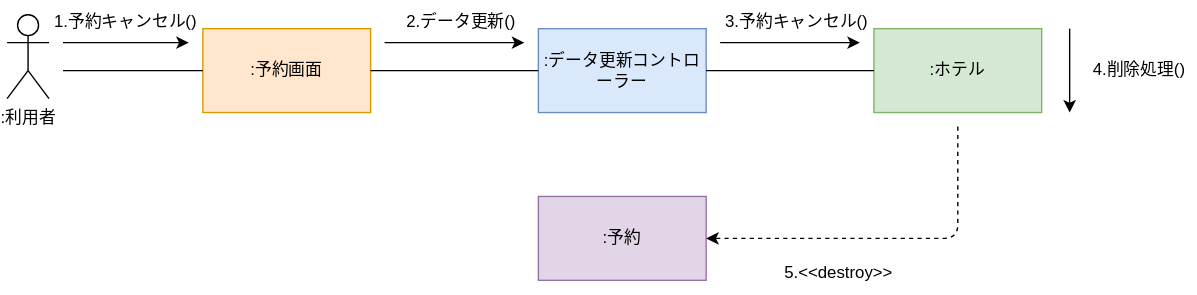
This is 演習５-2_CD_予約登録削除.drawio.svg from hatakeyama12/uml-intro, a draw.io export, as it was before one commit. Source tidied: cells renumbered, new cells last; positions are measured from the earlier drawing's top-left corner, leaving out a move shared by most shapes. Its diagram source:
```xml
<mxGraphModel>
  <root>
    <mxCell id="0" />
    <mxCell id="1" parent="0" />
    <mxCell id="2" value=":利用者" style="shape=umlActor;verticalLabelPosition=bottom;verticalAlign=top;html=1;" parent="1" vertex="1">
      <mxGeometry y="10" width="30" height="60" as="geometry" />
    </mxCell>
    <mxCell id="3" value=":予約画面" style="rounded=0;whiteSpace=wrap;html=1;fillColor=#ffe6cc;strokeColor=#d79b00;" parent="1" vertex="1">
      <mxGeometry x="140" y="20" width="120" height="60" as="geometry" />
    </mxCell>
    <mxCell id="4" value=":データ更新コントローラー" style="rounded=0;whiteSpace=wrap;html=1;fillColor=#dae8fc;strokeColor=#6c8ebf;" parent="1" vertex="1">
      <mxGeometry x="380" y="20" width="120" height="60" as="geometry" />
    </mxCell>
    <mxCell id="5" value=":予約" style="rounded=0;whiteSpace=wrap;html=1;fillColor=#e1d5e7;strokeColor=#9673a6;" parent="1" vertex="1">
      <mxGeometry x="380" y="140" width="120" height="60" as="geometry" />
    </mxCell>
    <mxCell id="6" value=":ホテル" style="rounded=0;whiteSpace=wrap;html=1;fillColor=#d5e8d4;strokeColor=#82b366;" parent="1" vertex="1">
      <mxGeometry x="620" y="20" width="120" height="60" as="geometry" />
    </mxCell>
    <mxCell id="7" style="endArrow=none;html=1;entryX=0;entryY=0.5;entryDx=0;entryDy=0;" parent="1" edge="1" target="3">
      <mxGeometry relative="1" as="geometry">
        <mxPoint x="40" y="50" as="sourcePoint" />
      </mxGeometry>
    </mxCell>
    <mxCell id="8" style="endArrow=none;html=1;exitX=1;exitY=0.5;exitDx=0;exitDy=0;entryX=0;entryY=0.5;entryDx=0;entryDy=0;" parent="1" edge="1" source="3" target="4">
      <mxGeometry relative="1" as="geometry" />
    </mxCell>
    <mxCell id="9" style="endArrow=classic;html=1;" parent="1" edge="1">
      <mxGeometry relative="1" as="geometry">
        <mxPoint x="40" y="30" as="sourcePoint" />
        <mxPoint x="130" y="30" as="targetPoint" />
      </mxGeometry>
    </mxCell>
    <mxCell id="10" value="1.予約キャンセル()" style="text;html=1;strokeColor=none;fillColor=none;align=center;verticalAlign=middle;whiteSpace=wrap;rounded=0;" parent="1" vertex="1">
      <mxGeometry x="30" width="110" height="30" as="geometry" />
    </mxCell>
    <mxCell id="11" style="endArrow=classic;html=1;" parent="1" edge="1">
      <mxGeometry relative="1" as="geometry">
        <mxPoint x="270" y="30" as="sourcePoint" />
        <mxPoint x="370" y="30" as="targetPoint" />
      </mxGeometry>
    </mxCell>
    <mxCell id="12" value="2.データ更新()" style="text;html=1;strokeColor=none;fillColor=none;align=center;verticalAlign=middle;whiteSpace=wrap;rounded=0;" parent="1" vertex="1">
      <mxGeometry x="280" width="90" height="30" as="geometry" />
    </mxCell>
    <mxCell id="13" style="endArrow=none;html=1;entryX=0;entryY=0.5;entryDx=0;entryDy=0;" parent="1" edge="1" target="6">
      <mxGeometry relative="1" as="geometry">
        <mxPoint x="500" y="50" as="sourcePoint" />
      </mxGeometry>
    </mxCell>
    <mxCell id="14" style="endArrow=classic;html=1;" parent="1" edge="1">
      <mxGeometry relative="1" as="geometry">
        <mxPoint x="510" y="30" as="sourcePoint" />
        <mxPoint x="610" y="30" as="targetPoint" />
      </mxGeometry>
    </mxCell>
    <mxCell id="15" value="3.予約キャンセル()" style="text;html=1;strokeColor=none;fillColor=none;align=center;verticalAlign=middle;whiteSpace=wrap;rounded=0;" parent="1" vertex="1">
      <mxGeometry x="510" width="110" height="30" as="geometry" />
    </mxCell>
    <mxCell id="16" style="endArrow=classic;html=1;" parent="1" edge="1">
      <mxGeometry relative="1" as="geometry">
        <mxPoint x="760" y="20" as="sourcePoint" />
        <mxPoint x="760" y="80" as="targetPoint" />
      </mxGeometry>
    </mxCell>
    <mxCell id="17" value="4.削除処理()" style="text;html=1;strokeColor=none;fillColor=none;align=center;verticalAlign=middle;whiteSpace=wrap;rounded=0;" parent="1" vertex="1">
      <mxGeometry x="770" y="35" width="80" height="30" as="geometry" />
    </mxCell>
    <mxCell id="18" style="endArrow=classic;html=1;dashed=1;entryX=1;entryY=0.5;entryDx=0;entryDy=0;" parent="1" edge="1" target="5">
      <mxGeometry relative="1" as="geometry">
        <mxPoint x="680" y="90" as="sourcePoint" />
        <Array as="points">
          <mxPoint x="680" y="170" />
        </Array>
      </mxGeometry>
    </mxCell>
    <mxCell id="19" value="5.&amp;lt;&amp;lt;destroy&amp;gt;&amp;gt;" style="text;html=1;strokeColor=none;fillColor=none;align=center;verticalAlign=middle;whiteSpace=wrap;rounded=0;" parent="1" vertex="1">
      <mxGeometry x="550" y="180" width="90" height="30" as="geometry" />
    </mxCell>
  </root>
</mxGraphModel>
```
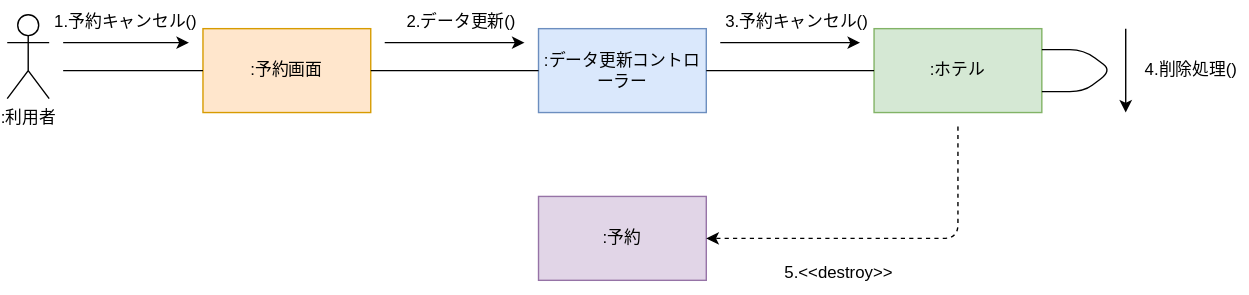
After the change.

Commit message:
演習５－２にライフラインを追加

Change to the diagram source:
```diff
@@ -59,12 +59,12 @@
     </mxCell>
     <mxCell id="16" style="endArrow=classic;html=1;" parent="1" edge="1">
       <mxGeometry relative="1" as="geometry">
-        <mxPoint x="760" y="20" as="sourcePoint" />
-        <mxPoint x="760" y="80" as="targetPoint" />
+        <mxPoint x="800" y="20" as="sourcePoint" />
+        <mxPoint x="800" y="80" as="targetPoint" />
       </mxGeometry>
     </mxCell>
     <mxCell id="17" value="4.削除処理()" style="text;html=1;strokeColor=none;fillColor=none;align=center;verticalAlign=middle;whiteSpace=wrap;rounded=0;" parent="1" vertex="1">
-      <mxGeometry x="770" y="35" width="80" height="30" as="geometry" />
+      <mxGeometry x="807" y="35" width="80" height="30" as="geometry" />
     </mxCell>
     <mxCell id="18" style="endArrow=classic;html=1;dashed=1;entryX=1;entryY=0.5;entryDx=0;entryDy=0;" parent="1" edge="1" target="5">
       <mxGeometry relative="1" as="geometry">
@@ -77,5 +77,15 @@
     <mxCell id="19" value="5.&amp;lt;&amp;lt;destroy&amp;gt;&amp;gt;" style="text;html=1;strokeColor=none;fillColor=none;align=center;verticalAlign=middle;whiteSpace=wrap;rounded=0;" parent="1" vertex="1">
       <mxGeometry x="550" y="180" width="90" height="30" as="geometry" />
     </mxCell>
+    <mxCell id="20" style="endArrow=none;html=1;entryX=1;entryY=0.75;entryDx=0;entryDy=0;" parent="1" edge="1" target="6">
+      <mxGeometry relative="1" as="geometry">
+        <mxPoint x="740" y="35" as="sourcePoint" />
+        <Array as="points">
+          <mxPoint x="770" y="35" />
+          <mxPoint x="790" y="50" />
+          <mxPoint x="770" y="65" />
+        </Array>
+      </mxGeometry>
+    </mxCell>
   </root>
 </mxGraphModel>
```
